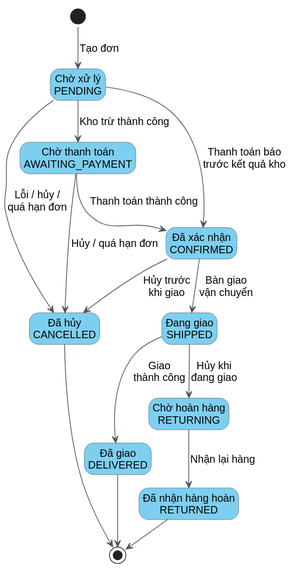
Thuannd24/Graduation-Project keeps this PlantUML diagram as docs/bao-cao/chuong-2-dat-hang-thanh-toan/diagrams/dat-hang/04-state.svg. Above is the earlier version.
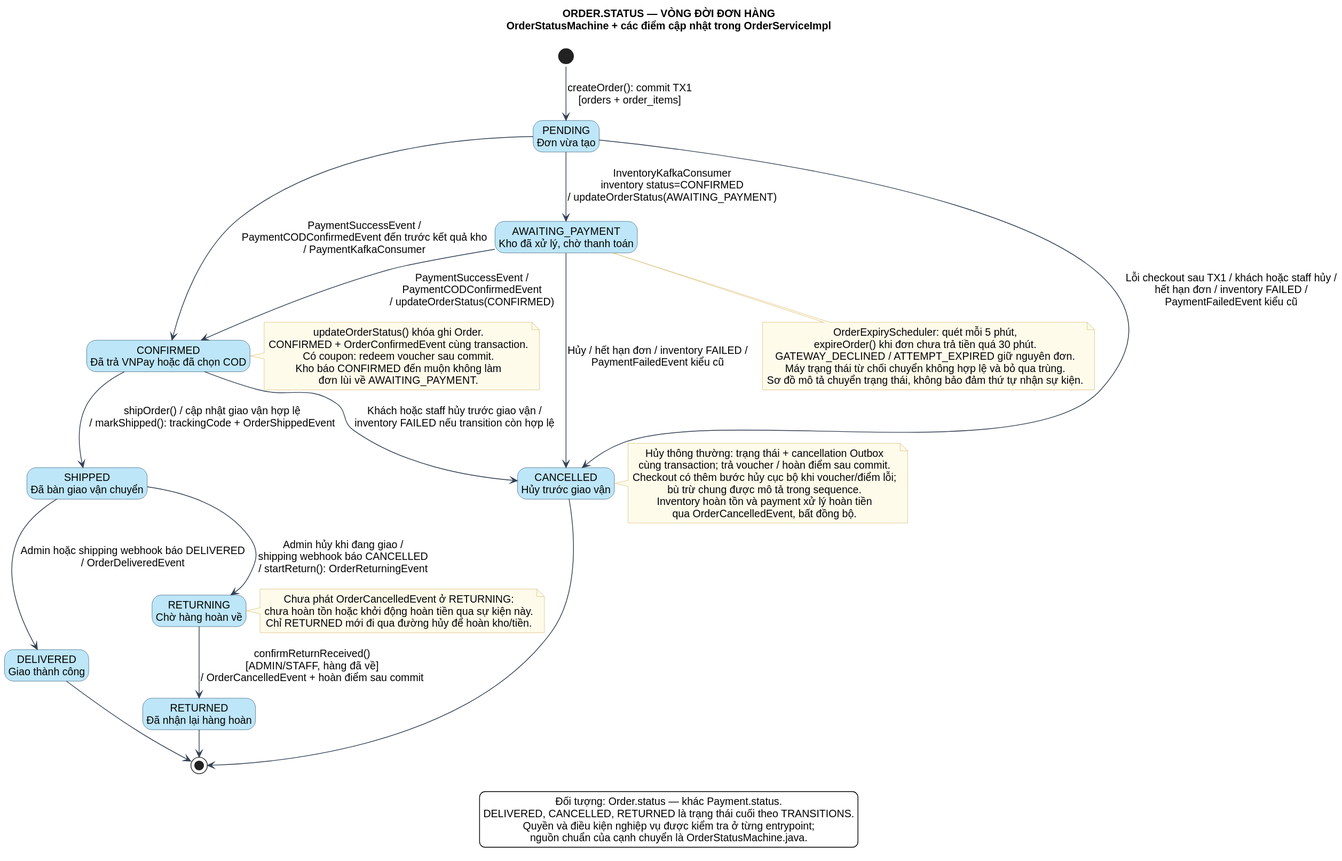
The same diagram one commit later.

The edit, as a diff of the source:
```diff
@@ -3,39 +3,83 @@
 skinparam defaultFontName Arial
 skinparam defaultFontSize 14
 skinparam shadowing false
-skinparam ArrowColor #4B5563
+skinparam ArrowColor #334155
 skinparam ArrowThickness 1
 skinparam defaultTextAlignment center
-skinparam actorBorderColor #4B5563
-skinparam actorBackgroundColor #7DCFF0
+skinparam NoteBackgroundColor #FFFBEB
+skinparam NoteBorderColor #D6B669
+skinparam actorBackgroundColor #BDE6F8
+skinparam actorBorderColor #365A73
+skinparam usecaseBackgroundColor #BDE6F8
+skinparam usecaseBorderColor #365A73
+skinparam rectangleBackgroundColor #EFF6FF
+skinparam rectangleBorderColor #365A73
+skinparam stateBackgroundColor #BDE6F8
+skinparam stateBorderColor #365A73
+skinparam activityBackgroundColor #BDE6F8
+skinparam activityBorderColor #365A73
+skinparam activityDiamondBackgroundColor #FEF3C7
+skinparam activityDiamondBorderColor #365A73
+skinparam swimlaneTitleBackgroundColor #EFF6FF
+skinparam swimlaneTitleFontStyle bold
+skinparam swimlaneBorderColor #94A3B8
+
 !pragma layout smetana
-skinparam stateBackgroundColor #7DCFF0
-skinparam stateBorderColor #4B5563
-skinparam stateStartColor black
-skinparam stateEndColor black
 hide empty description
-
-state "Chờ xử lý\nPENDING" as Pending
-state "Chờ thanh toán\nAWAITING_PAYMENT" as Awaiting
-state "Đã xác nhận\nCONFIRMED" as Confirmed
-state "Đã hủy\nCANCELLED" as Cancelled
-state "Đang giao\nSHIPPED" as Shipped
-state "Đã giao\nDELIVERED" as Delivered
-state "Chờ hoàn hàng\nRETURNING" as Returning
-state "Đã nhận hàng hoàn\nRETURNED" as Returned
-
-[*] --> Pending : Tạo đơn
-Pending --> Awaiting : Kho trừ thành công
-Pending --> Confirmed : Thanh toán báo\ntrước kết quả kho
-Awaiting --> Confirmed : Thanh toán thành công
-Pending --> Cancelled : Lỗi / hủy /\nquá hạn đơn
-Awaiting --> Cancelled : Hủy / quá hạn đơn
-Confirmed --> Cancelled : Hủy trước\nkhi giao
-Confirmed --> Shipped : Bàn giao\nvận chuyển
-Shipped --> Delivered : Giao\nthành công
-Shipped --> Returning : Hủy khi\nđang giao
-Returning --> Returned : Nhận lại hàng
+title ORDER.STATUS — VÒNG ĐỜI ĐƠN HÀNG\nOrderStatusMachine + các điểm cập nhật trong OrderServiceImpl
+state "PENDING\nĐơn vừa tạo" as Pending
+state "AWAITING_PAYMENT\nKho đã xử lý, chờ thanh toán" as Awaiting
+state "CONFIRMED\nĐã trả VNPay hoặc đã chọn COD" as Confirmed
+state "SHIPPED\nĐã bàn giao vận chuyển" as Shipped
+state "DELIVERED\nGiao thành công" as Delivered
+state "RETURNING\nChờ hàng hoàn về" as Returning
+state "RETURNED\nĐã nhận lại hàng hoàn" as Returned
+state "CANCELLED\nHủy trước giao vận" as Cancelled
+[*] --> Pending : createOrder(): commit TX1\n[orders + order_items]
+Pending --> Awaiting : InventoryKafkaConsumer\ninventory status=CONFIRMED\n/ updateOrderStatus(AWAITING_PAYMENT)
+Pending --> Confirmed : PaymentSuccessEvent /\nPaymentCODConfirmedEvent đến trước kết quả kho\n/ PaymentKafkaConsumer
+Awaiting --> Confirmed : PaymentSuccessEvent /\nPaymentCODConfirmedEvent\n/ updateOrderStatus(CONFIRMED)
+Pending --> Cancelled : Lỗi checkout sau TX1 / khách hoặc staff hủy /\nhết hạn đơn / inventory FAILED /\nPaymentFailedEvent kiểu cũ
+Awaiting --> Cancelled : Hủy / hết hạn đơn / inventory FAILED /\nPaymentFailedEvent kiểu cũ
+Confirmed --> Cancelled : Khách hoặc staff hủy trước giao vận /\ninventory FAILED nếu transition còn hợp lệ
+Confirmed --> Shipped : shipOrder() / cập nhật giao vận hợp lệ\n/ markShipped(): trackingCode + OrderShippedEvent
+Shipped --> Delivered : Admin hoặc shipping webhook báo DELIVERED\n/ OrderDeliveredEvent
+Shipped --> Returning : Admin hủy khi đang giao /\nshipping webhook báo CANCELLED\n/ startReturn(): OrderReturningEvent
+Returning --> Returned : confirmReturnReceived()\n[ADMIN/STAFF, hàng đã về]\n/ OrderCancelledEvent + hoàn điểm sau commit
+Delivered --> [*]
 Cancelled --> [*]
-Delivered --> [*]
 Returned --> [*]
+note right of Confirmed
+  updateOrderStatus() khóa ghi Order.
+  CONFIRMED + OrderConfirmedEvent cùng transaction.
+  Có coupon: redeem voucher sau commit.
+  Kho báo CONFIRMED đến muộn không làm
+  đơn lùi về AWAITING_PAYMENT.
+end note
+note right of Cancelled
+  Hủy thông thường: trạng thái + cancellation Outbox
+  cùng transaction; trả voucher / hoàn điểm sau commit.
+  Checkout có thêm bước hủy cục bộ khi voucher/điểm lỗi;
+  bù trừ chung được mô tả trong sequence.
+  Inventory hoàn tồn và payment xử lý hoàn tiền
+  qua OrderCancelledEvent, bất đồng bộ.
+end note
+note right of Returning
+  Chưa phát OrderCancelledEvent ở RETURNING:
+  chưa hoàn tồn hoặc khởi động hoàn tiền qua sự kiện này.
+  Chỉ RETURNED mới đi qua đường hủy để hoàn kho/tiền.
+end note
+note bottom of Awaiting
+  OrderExpiryScheduler: quét mỗi 5 phút,
+  expireOrder() khi đơn chưa trả tiền quá 30 phút.
+  GATEWAY_DECLINED / ATTEMPT_EXPIRED giữ nguyên đơn.
+  Máy trạng thái từ chối chuyển không hợp lệ và bỏ qua trùng.
+  Sơ đồ mô tả chuyển trạng thái, không bảo đảm thứ tự nhận sự kiện.
+end note
+legend bottom
+  Đối tượng: Order.status — khác Payment.status.
+  DELIVERED, CANCELLED, RETURNED là trạng thái cuối theo TRANSITIONS.
+  Quyền và điều kiện nghiệp vụ được kiểm tra ở từng entrypoint;
+  nguồn chuẩn của cạnh chuyển là OrderStatusMachine.java.
+endlegend
 @enduml
```
